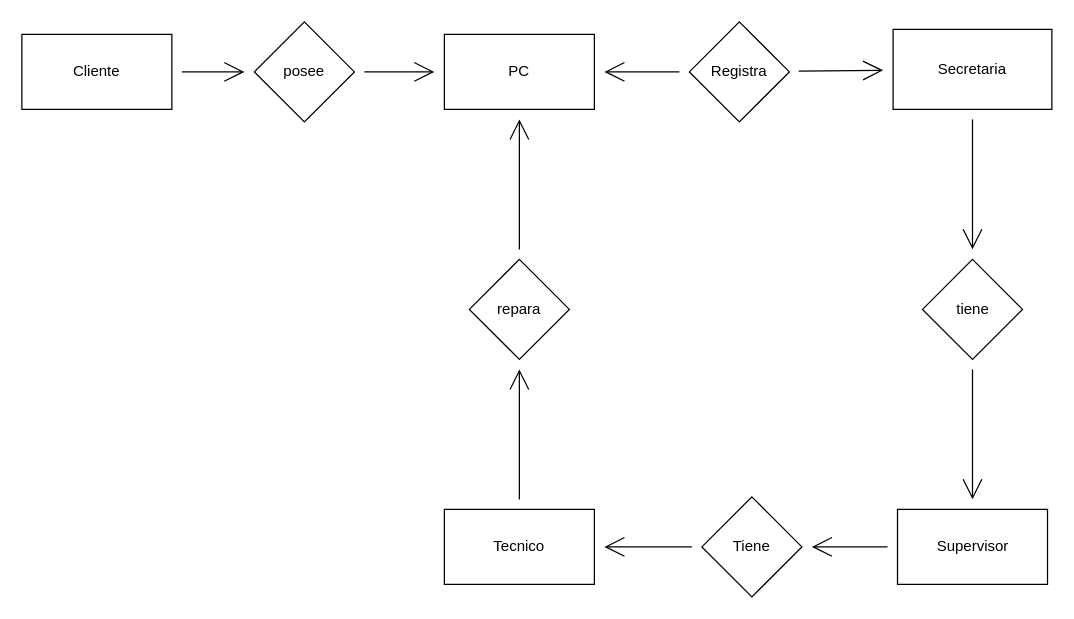
MaickelS/LoginJava keeps this draw.io diagram as Diagrama sin título.drawio. Above is the earlier version. Source tidied: cells renumbered, new cells numbered last; positions are measured from the earlier drawing's top-left corner, leaving out a move shared by most shapes. Both pictures are drawn from the tidied source at 125%, with x=0, y=0 at pixel (21, 21).
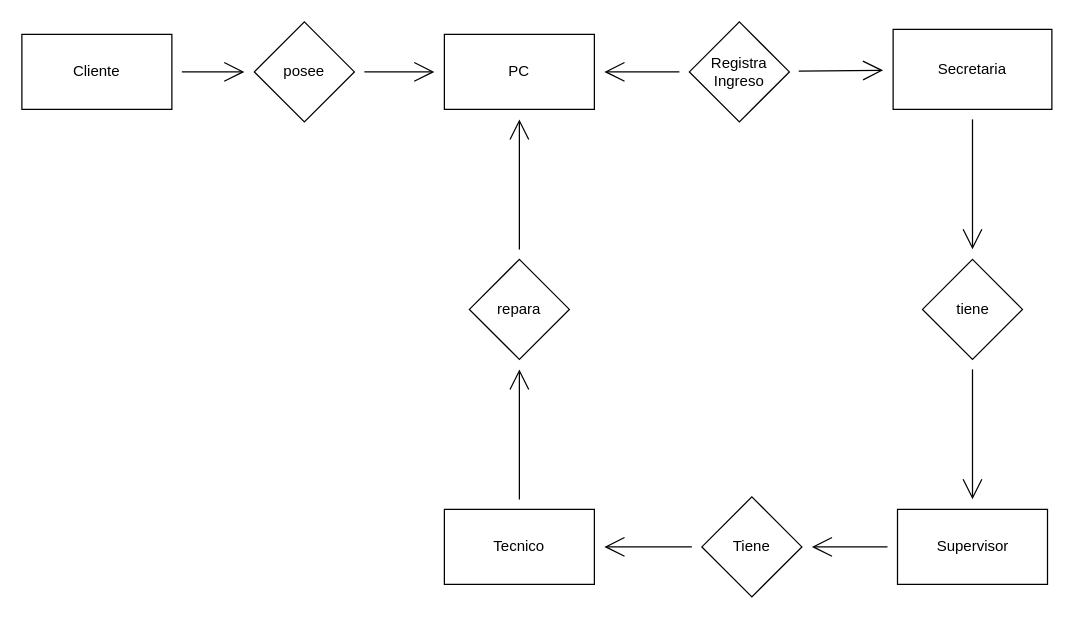
After the change.

Diff of the diagram source:
```diff
@@
-    <mxCell id="11" value="Registra" style="rhombus;whiteSpace=wrap;html=1;hachureGap=4;" parent="1" vertex="1">
+    <mxCell id="11" value="Registra Ingreso" style="rhombus;whiteSpace=wrap;html=1;hachureGap=4;" parent="1" vertex="1">
       <mxGeometry x="534" width="80" height="80" as="geometry" />
     </mxCell>
```
